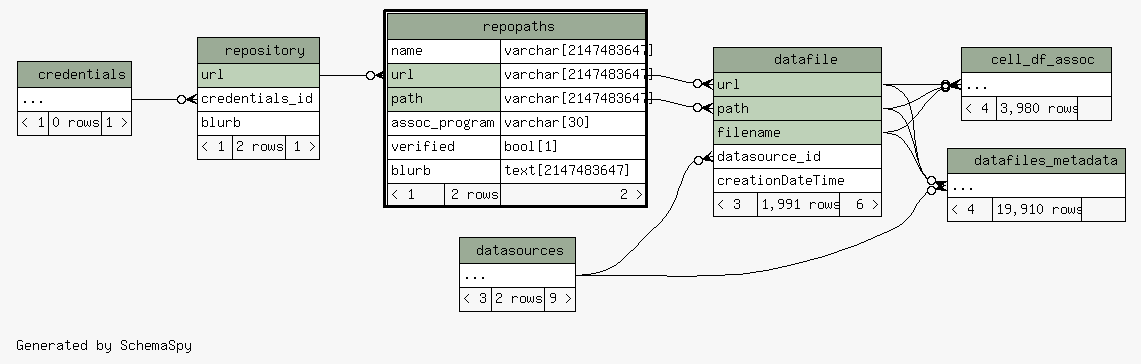
Before: database/ss/diagrams/repopaths.2degrees.png, a diagram exported from Graphviz (tgbugs/mlab). Its source is kept beside it as database/ss/diagrams/repopaths.2degrees.dot.
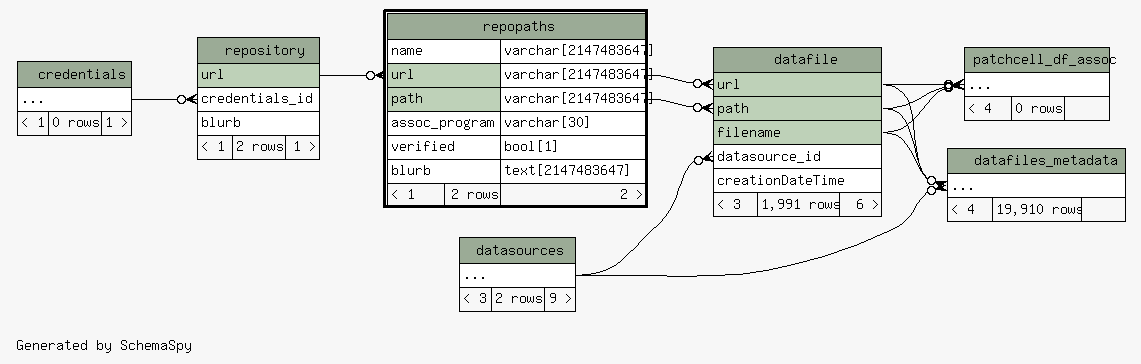
The same diagram one commit later.

The edit, as a diff of the source:
```diff
@@ -17,9 +17,6 @@
   edge [
     arrowsize="0.8"
   ];
-  "cell_df_assoc":"elipses":w -> "datafile":"filename":e [arrowhead=none dir=back arrowtail=crowodot];
-  "cell_df_assoc":"elipses":w -> "datafile":"path":e [arrowhead=none dir=back arrowtail=crowodot];
-  "cell_df_assoc":"elipses":w -> "datafile":"url":e [arrowhead=none dir=back arrowtail=crowodot];
   "datafile":"datasource_id":w -> "datasources":"elipses":e [arrowhead=none dir=back arrowtail=crowodot];
   "datafile":"path":w -> "repopaths":"path.type":e [arrowhead=none dir=back arrowtail=crowodot];
   "datafile":"url":w -> "repopaths":"url.type":e [arrowhead=none dir=back arrowtail=crowodot];
@@ -27,18 +24,11 @@
   "datafiles_metadata":"elipses":w -> "datafile":"filename":e [arrowhead=none dir=back arrowtail=crowodot];
   "datafiles_metadata":"elipses":w -> "datafile":"path":e [arrowhead=none dir=back arrowtail=crowodot];
   "datafiles_metadata":"elipses":w -> "datafile":"url":e [arrowhead=none dir=back arrowtail=crowodot];
+  "patchcell_df_assoc":"elipses":w -> "datafile":"filename":e [arrowhead=none dir=back arrowtail=crowodot];
+  "patchcell_df_assoc":"elipses":w -> "datafile":"path":e [arrowhead=none dir=back arrowtail=crowodot];
+  "patchcell_df_assoc":"elipses":w -> "datafile":"url":e [arrowhead=none dir=back arrowtail=crowodot];
   "repopaths":"url":w -> "repository":"url":e [arrowhead=none dir=back arrowtail=crowodot];
   "repository":"credentials_id":w -> "credentials":"elipses":e [arrowhead=none dir=back arrowtail=crowodot];
-  "cell_df_assoc" [
-    label=<
-    <TABLE BORDER="0" CELLBORDER="1" CELLSPACING="0" BGCOLOR="#ffffff">
-      <TR><TD COLSPAN="3" BGCOLOR="#9bab96" ALIGN="CENTER">cell_df_assoc</TD></TR>
-      <TR><TD PORT="elipses" COLSPAN="3" ALIGN="LEFT">...</TD></TR>
-      <TR><TD ALIGN="LEFT" BGCOLOR="#f7f7f7">&lt; 4</TD><TD ALIGN="RIGHT" BGCOLOR="#f7f7f7">3,980 rows</TD><TD ALIGN="RIGHT" BGCOLOR="#f7f7f7">  </TD></TR>
-    </TABLE>>
-    URL="cell_df_assoc.html"
-    tooltip="cell_df_assoc"
-  ];
   "credentials" [
     label=<
     <TABLE BORDER="0" CELLBORDER="1" CELLSPACING="0" BGCOLOR="#ffffff">
@@ -83,6 +73,16 @@
     URL="datasources.html"
     tooltip="datasources"
   ];
+  "patchcell_df_assoc" [
+    label=<
+    <TABLE BORDER="0" CELLBORDER="1" CELLSPACING="0" BGCOLOR="#ffffff">
+      <TR><TD COLSPAN="3" BGCOLOR="#9bab96" ALIGN="CENTER">patchcell_df_assoc</TD></TR>
+      <TR><TD PORT="elipses" COLSPAN="3" ALIGN="LEFT">...</TD></TR>
+      <TR><TD ALIGN="LEFT" BGCOLOR="#f7f7f7">&lt; 4</TD><TD ALIGN="RIGHT" BGCOLOR="#f7f7f7">0 rows</TD><TD ALIGN="RIGHT" BGCOLOR="#f7f7f7">  </TD></TR>
+    </TABLE>>
+    URL="patchcell_df_assoc.html"
+    tooltip="patchcell_df_assoc"
+  ];
   "repopaths" [
     label=<
     <TABLE BORDER="2" CELLBORDER="1" CELLSPACING="0" BGCOLOR="#ffffff">
```
